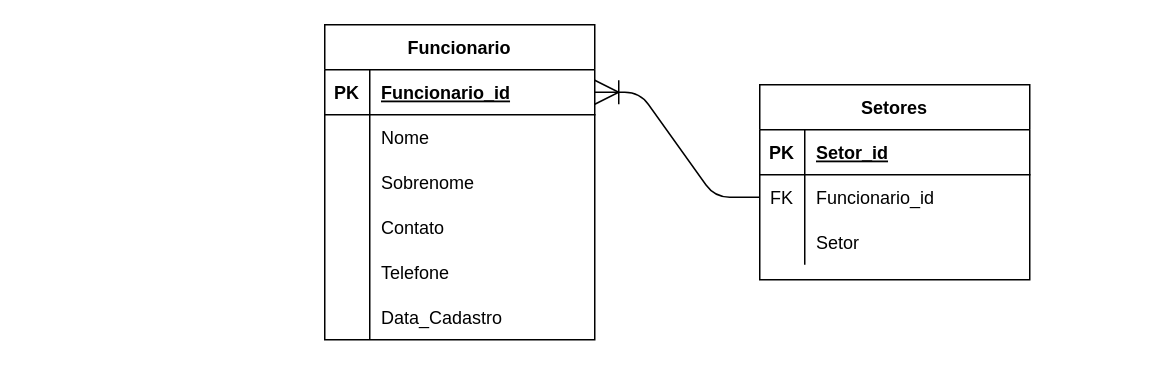
Above: page "Exercise-01" (1 of 2) of back-end/22.2/comprehension-exercises-normalization.drawio in miguelretroz/trybe-exercises (draw.io), before the change. Source tidied: cells renumbered, new cells numbered last; positions are measured from the earlier drawing's top-left corner, leaving out a move shared by most shapes. Both pictures are drawn from the tidied source at 150%, with x=0, y=0 at pixel (324, 24).
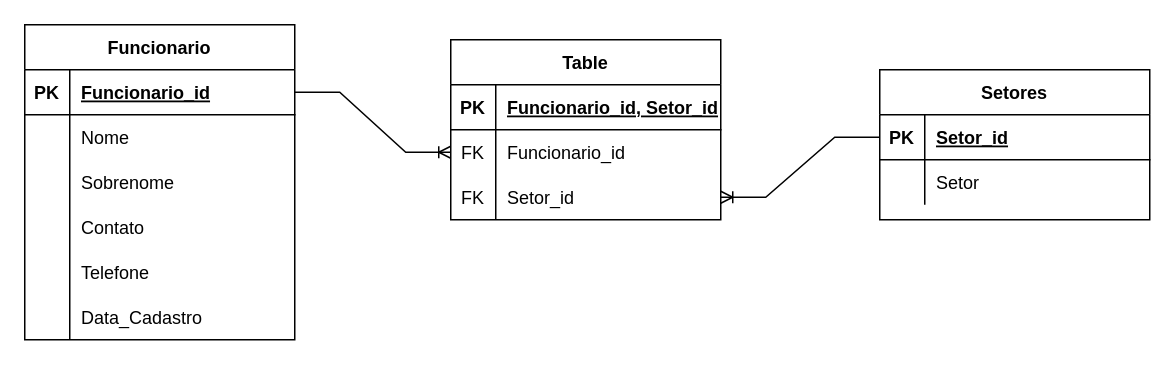
The same page after the edit.

The change refers to these unchanged cells:
```xml
<mxCell id="3" style="shape=partialRectangle;fillColor=none;top=0;left=0;bottom=1;right=0;points=[[0,0.5],[1,0.5]];portConstraint=eastwest;" parent="2" vertex="1">
  <mxGeometry y="30" width="180" height="30" as="geometry" />
</mxCell>
<mxCell id="22" style="shape=partialRectangle;fillColor=none;top=0;left=0;bottom=1;right=0;points=[[0,0.5],[1,0.5]];portConstraint=eastwest;" parent="21" vertex="1">
  <mxGeometry y="30" width="180" height="30" as="geometry" />
</mxCell>
```

Diff of the diagram source:
```diff
@@
     <mxCell id="2" value="Funcionario" style="shape=table;startSize=30;childLayout=tableLayout;rowLines=0;fontStyle=1;align=center;hachureGap=4;" parent="1" vertex="1">
-      <mxGeometry width="180" height="210" as="geometry" />
+      <mxGeometry x="-200" width="180" height="210" as="geometry" />
     </mxCell>
@@
     <mxCell id="21" value="Setores" style="shape=table;startSize=30;childLayout=tableLayout;rowLines=0;fontStyle=1;align=center;hachureGap=4;" parent="1" vertex="1">
-      <mxGeometry x="290" y="40" width="180" height="130" as="geometry" />
+      <mxGeometry x="370" y="30" width="180" height="100" as="geometry" />
     </mxCell>
@@
-    <mxCell id="25" style="shape=partialRectangle;fillColor=none;top=0;left=0;bottom=0;right=0;points=[[0,0.5],[1,0.5]];portConstraint=eastwest;" parent="21" vertex="1">
-      <mxGeometry y="60" width="180" height="30" as="geometry" />
-    </mxCell>
-    <mxCell id="26" value="FK" style="shape=partialRectangle;fillColor=none;top=0;left=0;bottom=0;right=0;overflow=hidden;" parent="25" vertex="1">
-      <mxGeometry width="30" height="30" as="geometry" />
-    </mxCell>
-    <mxCell id="27" value="Funcionario_id" style="shape=partialRectangle;fillColor=none;top=0;left=0;bottom=0;right=0;align=left;spacingLeft=6;overflow=hidden;" parent="25" vertex="1">
-      <mxGeometry x="30" width="150" height="30" as="geometry" />
-    </mxCell>
     <mxCell id="28" style="shape=partialRectangle;fillColor=none;top=0;left=0;bottom=0;right=0;" parent="21" vertex="1">
-      <mxGeometry y="90" width="180" height="30" as="geometry" />
+      <mxGeometry y="60" width="180" height="30" as="geometry" />
     </mxCell>
@@
-    <mxCell id="31" style="edgeStyle=entityRelationEdgeStyle;fontSize=12;html=1;endArrow=ERoneToMany;startSize=14;endSize=14;sourcePerimeterSpacing=8;targetPerimeterSpacing=8;entryX=1;entryY=0.5;entryDx=0;entryDy=0;exitX=0;exitY=0.5;exitDx=0;exitDy=0;" parent="1" edge="1" source="25" target="3">
-      <mxGeometry relative="1" as="geometry" />
-    </mxCell>
+    <mxCell id="32" value="Table" style="shape=table;startSize=30;childLayout=tableLayout;rowLines=0;fontStyle=1;align=center;" parent="1" vertex="1">
+      <mxGeometry x="84" y="10" width="180" height="120" as="geometry" />
+    </mxCell>
+    <mxCell id="33" style="shape=partialRectangle;fillColor=none;top=0;left=0;bottom=1;right=0;" parent="32" vertex="1">
+      <mxGeometry y="30" width="180" height="30" as="geometry" />
+    </mxCell>
+    <mxCell id="34" value="PK" style="shape=partialRectangle;fillColor=none;top=0;left=0;bottom=0;right=0;fontStyle=1;overflow=hidden;" parent="33" vertex="1">
+      <mxGeometry width="30" height="30" as="geometry" />
+    </mxCell>
+    <mxCell id="35" value="Funcionario_id, Setor_id" style="shape=partialRectangle;fillColor=none;top=0;left=0;bottom=0;right=0;align=left;spacingLeft=6;fontStyle=5;overflow=hidden;" parent="33" vertex="1">
+      <mxGeometry x="30" width="150" height="30" as="geometry" />
+    </mxCell>
+    <mxCell id="25" style="shape=partialRectangle;fillColor=none;top=0;left=0;bottom=0;right=0;points=[[0,0.5],[1,0.5]];portConstraint=eastwest;" parent="32" vertex="1">
+      <mxGeometry y="60" width="180" height="30" as="geometry" />
+    </mxCell>
+    <mxCell id="36" value="FK" style="shape=partialRectangle;fillColor=none;top=0;left=0;bottom=0;right=0;overflow=hidden;" parent="25" vertex="1">
+      <mxGeometry width="30" height="30" as="geometry" />
+    </mxCell>
+    <mxCell id="27" value="Funcionario_id" style="shape=partialRectangle;fillColor=none;top=0;left=0;bottom=0;right=0;align=left;spacingLeft=6;overflow=hidden;" parent="25" vertex="1">
+      <mxGeometry x="30" width="150" height="30" as="geometry" />
+    </mxCell>
+    <mxCell id="37" style="shape=partialRectangle;fillColor=none;top=0;left=0;bottom=0;right=0;points=[[0,0.5],[1,0.5]];portConstraint=eastwest;" parent="32" vertex="1">
+      <mxGeometry y="90" width="180" height="30" as="geometry" />
+    </mxCell>
+    <mxCell id="38" value="FK" style="shape=partialRectangle;fillColor=none;top=0;left=0;bottom=0;right=0;overflow=hidden;" parent="37" vertex="1">
+      <mxGeometry width="30" height="30" as="geometry" />
+    </mxCell>
+    <mxCell id="39" value="Setor_id" style="shape=partialRectangle;fillColor=none;top=0;left=0;bottom=0;right=0;align=left;spacingLeft=6;overflow=hidden;" parent="37" vertex="1">
+      <mxGeometry x="30" width="150" height="30" as="geometry" />
+    </mxCell>
+    <mxCell id="40" style="edgeStyle=entityRelationEdgeStyle;fontSize=12;html=1;endArrow=ERoneToMany;rounded=0;entryX=0;entryY=0.5;entryDx=0;entryDy=0;exitX=1;exitY=0.5;exitDx=0;exitDy=0;" parent="1" edge="1" source="3" target="25">
+      <mxGeometry relative="1" as="geometry" />
+    </mxCell>
+    <mxCell id="41" style="edgeStyle=entityRelationEdgeStyle;fontSize=12;html=1;endArrow=ERoneToMany;rounded=0;entryX=1;entryY=0.5;entryDx=0;entryDy=0;" parent="1" edge="1" source="22" target="37">
+      <mxGeometry relative="1" as="geometry" />
+    </mxCell>
```
